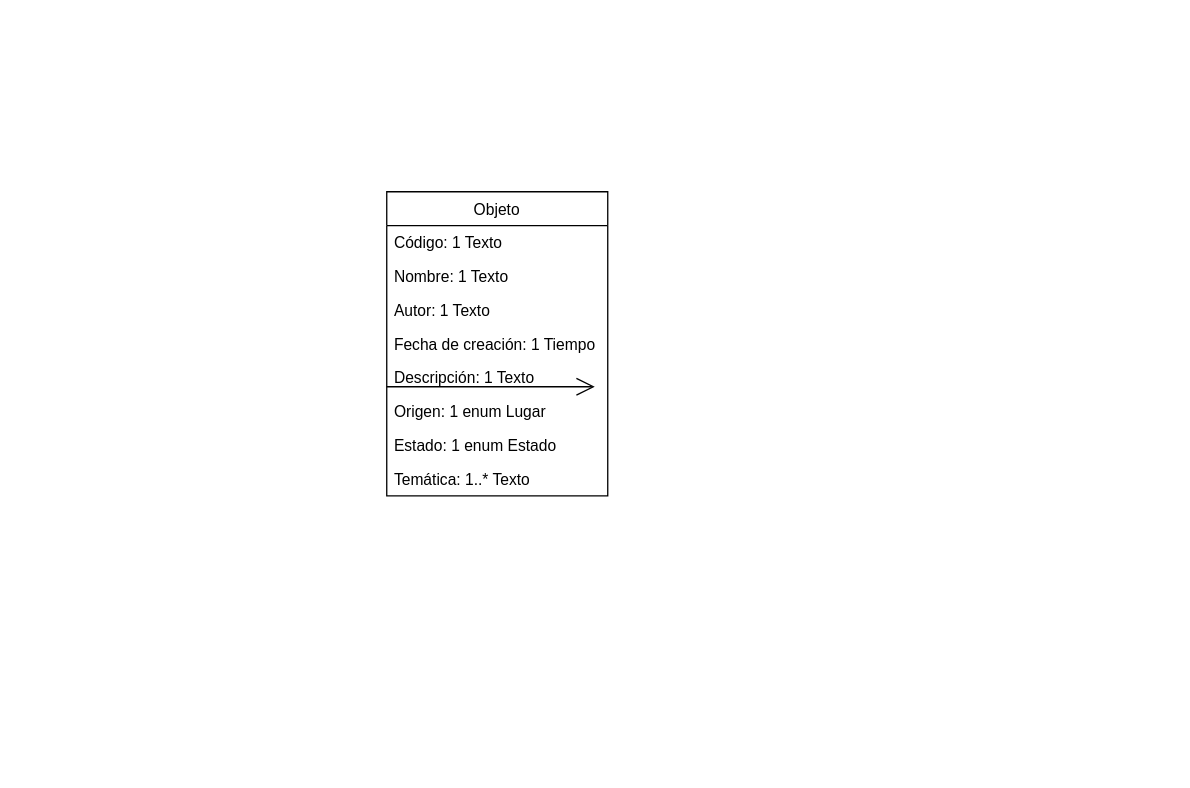
Earlier version of the draw.io diagram Ejercicio_19.drawio (Trabajos-grupales/UML). Source tidied: cells renumbered, new cells numbered last; positions are measured from the earlier drawing's top-left corner, leaving out a move shared by most shapes. Both pictures are drawn from the tidied source at 130%, with x=0, y=0 at pixel (386, 191).
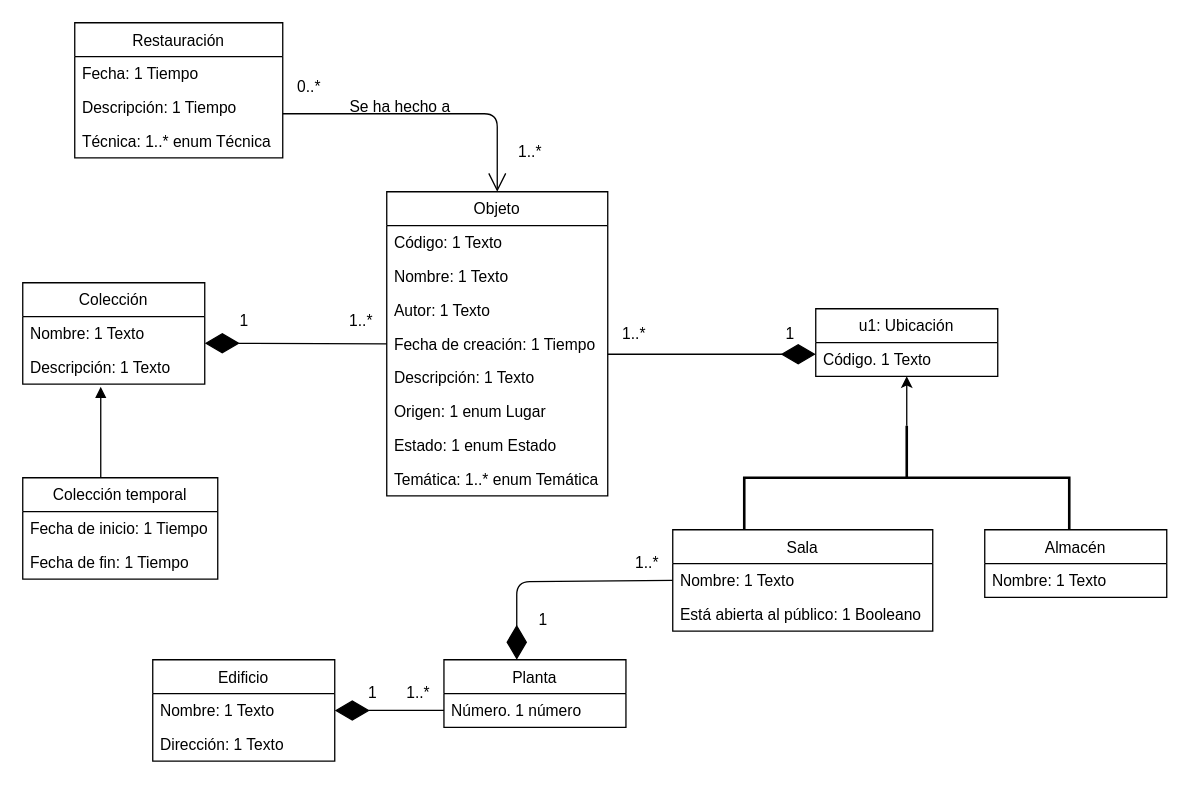
The same diagram, later.

The change refers to these unchanged cells:
```xml
<mxCell id="2" value="Objeto" style="swimlane;fontStyle=0;horizontal=1;startSize=26;fillColor=none;" parent="1" vertex="1">
  <mxGeometry width="170" height="234" as="geometry" />
</mxCell>
<mxCell id="6" value="Fecha de creación: 1 Tiempo " style="text;strokeColor=none;fillColor=none;align=left;verticalAlign=top;spacingLeft=4;spacingRight=4;overflow=hidden;points=[[0,0.5],[1,0.5]];portConstraint=eastwest;" parent="2" vertex="1">
  <mxGeometry y="104" width="170" height="26" as="geometry" />
</mxCell>
```

Diff of the diagram source:
```diff
@@
-    <mxCell id="10" value="Temática: 1..* Texto" style="text;strokeColor=none;fillColor=none;align=left;verticalAlign=top;spacingLeft=4;spacingRight=4;overflow=hidden;" parent="2" vertex="1">
+    <mxCell id="10" value="Temática: 1..* enum Temática" style="text;strokeColor=none;fillColor=none;align=left;verticalAlign=top;spacingLeft=4;spacingRight=4;overflow=hidden;" parent="2" vertex="1">
       <mxGeometry y="208" width="170" height="26" as="geometry" />
     </mxCell>
-    <mxCell id="11" style="endArrow=open;endFill=1;endSize=12;html=1;" parent="1" edge="1">
-      <mxGeometry relative="1" as="geometry">
-        <mxPoint y="150" as="sourcePoint" />
-        <mxPoint x="160" y="150" as="targetPoint" />
-      </mxGeometry>
-    </mxCell>
+    <mxCell id="12" style="endArrow=diamondThin;endFill=1;endSize=24;html=1;exitX=0;exitY=0.5;exitDx=0;exitDy=0;" parent="1" edge="1" source="6">
+      <mxGeometry relative="1" as="geometry">
+        <mxPoint x="-140" y="116.5" as="targetPoint" />
+      </mxGeometry>
+    </mxCell>
+    <mxCell id="13" value="Colección" style="swimlane;fontStyle=0;horizontal=1;startSize=26;fillColor=none;" parent="1" vertex="1">
+      <mxGeometry x="-280" y="70" width="140" height="78" as="geometry" />
+    </mxCell>
+    <mxCell id="14" value="Nombre: 1 Texto" style="text;strokeColor=none;fillColor=none;align=left;verticalAlign=top;spacingLeft=4;spacingRight=4;overflow=hidden;" parent="13" vertex="1">
+      <mxGeometry y="26" width="140" height="26" as="geometry" />
+    </mxCell>
+    <mxCell id="15" value="Descripción: 1 Texto" style="text;strokeColor=none;fillColor=none;align=left;verticalAlign=top;spacingLeft=4;spacingRight=4;overflow=hidden;" parent="13" vertex="1">
+      <mxGeometry y="52" width="140" height="26" as="geometry" />
+    </mxCell>
+    <mxCell id="16" style="html=1;verticalAlign=bottom;endArrow=block;" parent="1" edge="1">
+      <mxGeometry relative="1" as="geometry">
+        <mxPoint x="-220" y="220" as="sourcePoint" />
+        <mxPoint x="-220" y="150" as="targetPoint" />
+      </mxGeometry>
+    </mxCell>
+    <mxCell id="17" value="Colección temporal" style="swimlane;fontStyle=0;horizontal=1;startSize=26;fillColor=none;" parent="1" vertex="1">
+      <mxGeometry x="-280" y="220" width="150" height="78" as="geometry" />
+    </mxCell>
+    <mxCell id="18" value="Fecha de inicio: 1 Tiempo" style="text;strokeColor=none;fillColor=none;align=left;verticalAlign=top;spacingLeft=4;spacingRight=4;overflow=hidden;" parent="17" vertex="1">
+      <mxGeometry y="26" width="150" height="26" as="geometry" />
+    </mxCell>
+    <mxCell id="19" value="Fecha de fin: 1 Tiempo" style="text;strokeColor=none;fillColor=none;align=left;verticalAlign=top;spacingLeft=4;spacingRight=4;overflow=hidden;" parent="17" vertex="1">
+      <mxGeometry y="52" width="150" height="26" as="geometry" />
+    </mxCell>
+    <mxCell id="20" value="1" style="text;html=1;align=center;verticalAlign=middle;strokeColor=none;fillColor=none;" parent="1" vertex="1">
+      <mxGeometry x="-125" y="85" width="30" height="30" as="geometry" />
+    </mxCell>
+    <mxCell id="21" value="1..*" style="text;html=1;align=center;verticalAlign=middle;strokeColor=none;fillColor=none;" parent="1" vertex="1">
+      <mxGeometry x="-40" y="85" width="40" height="30" as="geometry" />
+    </mxCell>
+    <mxCell id="22" value="1..*" style="text;html=1;align=center;verticalAlign=middle;strokeColor=none;fillColor=none;" parent="1" vertex="1">
+      <mxGeometry x="170" y="95" width="40" height="30" as="geometry" />
+    </mxCell>
+    <mxCell id="23" value="1" style="text;html=1;align=center;verticalAlign=middle;strokeColor=none;fillColor=none;" parent="1" vertex="1">
+      <mxGeometry x="295" y="95" width="30" height="30" as="geometry" />
+    </mxCell>
+    <mxCell id="24" style="endArrow=diamondThin;endFill=1;endSize=24;html=1;" parent="1" edge="1">
+      <mxGeometry relative="1" as="geometry">
+        <mxPoint x="170" y="125" as="sourcePoint" />
+        <mxPoint x="330" y="125" as="targetPoint" />
+      </mxGeometry>
+    </mxCell>
+    <mxCell id="25" value="u1: Ubicación" style="swimlane;fontStyle=0;horizontal=1;startSize=26;fillColor=none;" parent="1" vertex="1">
+      <mxGeometry x="330" y="90" width="140" height="52" as="geometry" />
+    </mxCell>
+    <mxCell id="26" value="Código. 1 Texto" style="text;strokeColor=none;fillColor=none;align=left;verticalAlign=top;spacingLeft=4;spacingRight=4;overflow=hidden;points=[[0,0.5],[1,0.5]];portConstraint=eastwest;" parent="25" vertex="1">
+      <mxGeometry y="26" width="140" height="26" as="geometry" />
+    </mxCell>
+    <mxCell id="27" value="Almacén" style="swimlane;fontStyle=0;horizontal=1;startSize=26;fillColor=none;" parent="1" vertex="1">
+      <mxGeometry x="460" y="260" width="140" height="52" as="geometry" />
+    </mxCell>
+    <mxCell id="28" value="Nombre: 1 Texto" style="text;strokeColor=none;fillColor=none;align=left;verticalAlign=top;spacingLeft=4;spacingRight=4;overflow=hidden;" parent="27" vertex="1">
+      <mxGeometry y="26" width="140" height="26" as="geometry" />
+    </mxCell>
+    <mxCell id="29" value="Sala" style="swimlane;fontStyle=0;horizontal=1;startSize=26;fillColor=none;" parent="1" vertex="1">
+      <mxGeometry x="220" y="260" width="200" height="78" as="geometry" />
+    </mxCell>
+    <mxCell id="30" value="Nombre: 1 Texto" style="text;strokeColor=none;fillColor=none;align=left;verticalAlign=top;spacingLeft=4;spacingRight=4;overflow=hidden;points=[[0,0.5],[1,0.5]];portConstraint=eastwest;" parent="29" vertex="1">
+      <mxGeometry y="26" width="200" height="26" as="geometry" />
+    </mxCell>
+    <mxCell id="31" value="Está abierta al público: 1 Booleano" style="text;strokeColor=none;fillColor=none;align=left;verticalAlign=top;spacingLeft=4;spacingRight=4;overflow=hidden;" parent="29" vertex="1">
+      <mxGeometry y="52" width="200" height="26" as="geometry" />
+    </mxCell>
+    <mxCell id="32" style="edgeStyle=none;html=1;" parent="1" edge="1" source="33" target="26">
+      <mxGeometry relative="1" as="geometry" />
+    </mxCell>
+    <mxCell id="33" style="strokeWidth=2;html=1;shape=mxgraph.flowchart.annotation_2;align=left;labelPosition=right;direction=south;" parent="1" vertex="1">
+      <mxGeometry x="275" y="180" width="250" height="80" as="geometry" />
+    </mxCell>
+    <mxCell id="34" value="Planta" style="swimlane;fontStyle=0;horizontal=1;startSize=26;fillColor=none;" parent="1" vertex="1">
+      <mxGeometry x="44" y="360" width="140" height="52" as="geometry" />
+    </mxCell>
+    <mxCell id="35" value="Número. 1 número" style="text;strokeColor=none;fillColor=none;align=left;verticalAlign=top;spacingLeft=4;spacingRight=4;overflow=hidden;points=[[0,0.5],[1,0.5]];portConstraint=eastwest;" parent="34" vertex="1">
+      <mxGeometry y="26" width="140" height="26" as="geometry" />
+    </mxCell>
+    <mxCell id="36" value="Edificio" style="swimlane;fontStyle=0;horizontal=1;startSize=26;fillColor=none;" parent="1" vertex="1">
+      <mxGeometry x="-180" y="360" width="140" height="78" as="geometry" />
+    </mxCell>
+    <mxCell id="37" value="Nombre: 1 Texto" style="text;strokeColor=none;fillColor=none;align=left;verticalAlign=top;spacingLeft=4;spacingRight=4;overflow=hidden;points=[[0,0.5],[1,0.5]];portConstraint=eastwest;" parent="36" vertex="1">
+      <mxGeometry y="26" width="140" height="26" as="geometry" />
+    </mxCell>
+    <mxCell id="38" value="Dirección: 1 Texto" style="text;strokeColor=none;fillColor=none;align=left;verticalAlign=top;spacingLeft=4;spacingRight=4;overflow=hidden;" parent="36" vertex="1">
+      <mxGeometry y="52" width="140" height="26" as="geometry" />
+    </mxCell>
+    <mxCell id="39" style="endArrow=diamondThin;endFill=1;endSize=24;html=1;exitX=0;exitY=0.5;exitDx=0;exitDy=0;entryX=0.4;entryY=0;entryDx=0;entryDy=0;entryPerimeter=0;" parent="1" edge="1" source="30" target="34">
+      <mxGeometry relative="1" as="geometry">
+        <Array as="points">
+          <mxPoint x="100" y="300" />
+        </Array>
+      </mxGeometry>
+    </mxCell>
+    <mxCell id="40" value="1..*" style="text;html=1;align=center;verticalAlign=middle;strokeColor=none;fillColor=none;" parent="1" vertex="1">
+      <mxGeometry x="180" y="271" width="40" height="30" as="geometry" />
+    </mxCell>
+    <mxCell id="41" value="1" style="text;html=1;align=center;verticalAlign=middle;strokeColor=none;fillColor=none;" parent="1" vertex="1">
+      <mxGeometry x="105" y="315" width="30" height="30" as="geometry" />
+    </mxCell>
+    <mxCell id="42" style="endArrow=diamondThin;endFill=1;endSize=24;html=1;exitX=0;exitY=0.5;exitDx=0;exitDy=0;" parent="1" edge="1" source="35" target="37">
+      <mxGeometry relative="1" as="geometry" />
+    </mxCell>
+    <mxCell id="43" value="1" style="text;html=1;align=center;verticalAlign=middle;strokeColor=none;fillColor=none;" parent="1" vertex="1">
+      <mxGeometry x="-26" y="371" width="30" height="30" as="geometry" />
+    </mxCell>
+    <mxCell id="44" value="1..*" style="text;html=1;align=center;verticalAlign=middle;strokeColor=none;fillColor=none;" parent="1" vertex="1">
+      <mxGeometry x="4" y="371" width="40" height="30" as="geometry" />
+    </mxCell>
+    <mxCell id="45" value="Restauración" style="swimlane;fontStyle=0;horizontal=1;startSize=26;fillColor=none;" parent="1" vertex="1">
+      <mxGeometry x="-240" y="-130" width="160" height="104" as="geometry" />
+    </mxCell>
+    <mxCell id="46" value="Fecha: 1 Tiempo" style="text;strokeColor=none;fillColor=none;align=left;verticalAlign=top;spacingLeft=4;spacingRight=4;overflow=hidden;" parent="45" vertex="1">
+      <mxGeometry y="26" width="160" height="26" as="geometry" />
+    </mxCell>
+    <mxCell id="47" value="Descripción: 1 Tiempo" style="text;strokeColor=none;fillColor=none;align=left;verticalAlign=top;spacingLeft=4;spacingRight=4;overflow=hidden;" parent="45" vertex="1">
+      <mxGeometry y="52" width="160" height="26" as="geometry" />
+    </mxCell>
+    <mxCell id="48" value="Técnica: 1..* enum Técnica" style="text;strokeColor=none;fillColor=none;align=left;verticalAlign=top;spacingLeft=4;spacingRight=4;overflow=hidden;" parent="45" vertex="1">
+      <mxGeometry y="78" width="160" height="26" as="geometry" />
+    </mxCell>
+    <mxCell id="49" style="endArrow=open;endFill=1;endSize=12;html=1;entryX=0.5;entryY=0;entryDx=0;entryDy=0;" parent="1" edge="1" target="2">
+      <mxGeometry relative="1" as="geometry">
+        <mxPoint x="-80" y="-60" as="sourcePoint" />
+        <Array as="points">
+          <mxPoint x="85" y="-60" />
+        </Array>
+      </mxGeometry>
+    </mxCell>
+    <mxCell id="50" value="0..*" style="text;html=1;align=center;verticalAlign=middle;strokeColor=none;fillColor=none;" parent="1" vertex="1">
+      <mxGeometry x="-80" y="-95" width="40" height="30" as="geometry" />
+    </mxCell>
+    <mxCell id="51" value="1..*" style="text;html=1;align=center;verticalAlign=middle;strokeColor=none;fillColor=none;" parent="1" vertex="1">
+      <mxGeometry x="90" y="-45" width="40" height="30" as="geometry" />
+    </mxCell>
+    <mxCell id="52" value="Se ha hecho a" style="text;html=1;align=center;verticalAlign=middle;strokeColor=none;fillColor=none;" parent="1" vertex="1">
+      <mxGeometry x="-40" y="-80" width="100" height="30" as="geometry" />
+    </mxCell>
```
